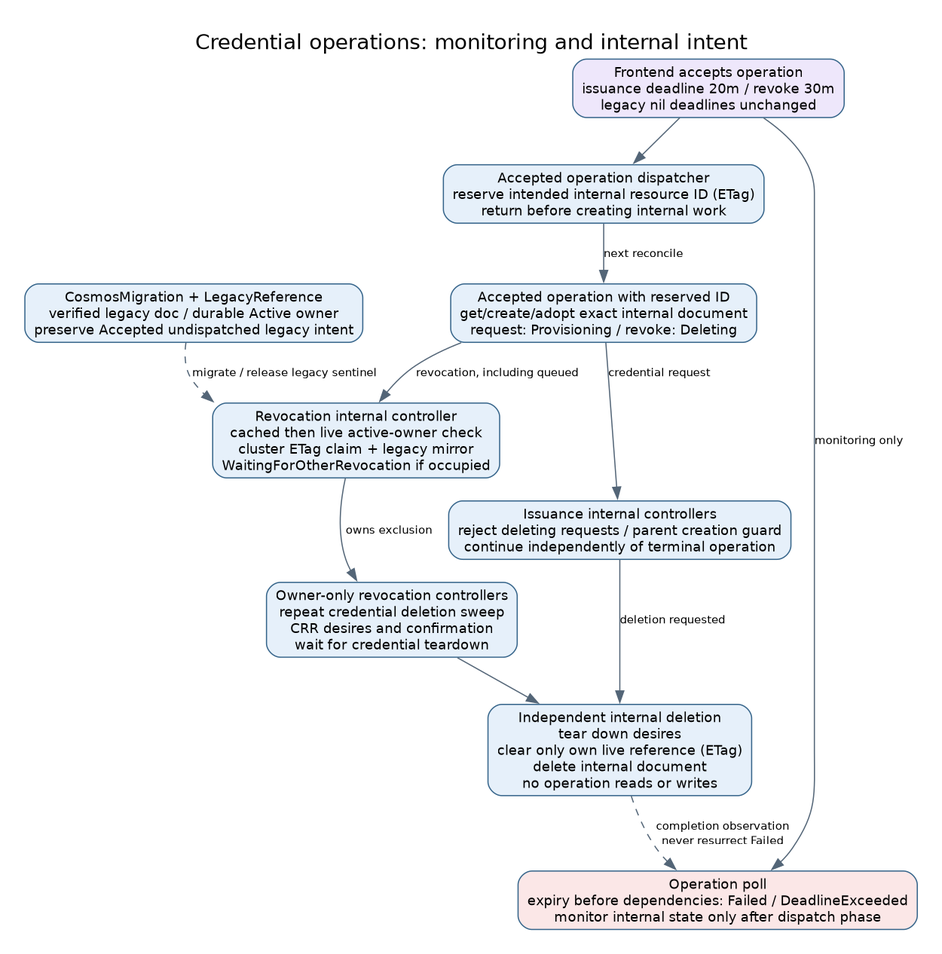
Before: docs/diagrams/controller-flows/credential-operations.png, a diagram exported from Graphviz (Azure/ARO-HCP). Its source is kept beside it as docs/diagrams/controller-flows/credential-operations.dot.
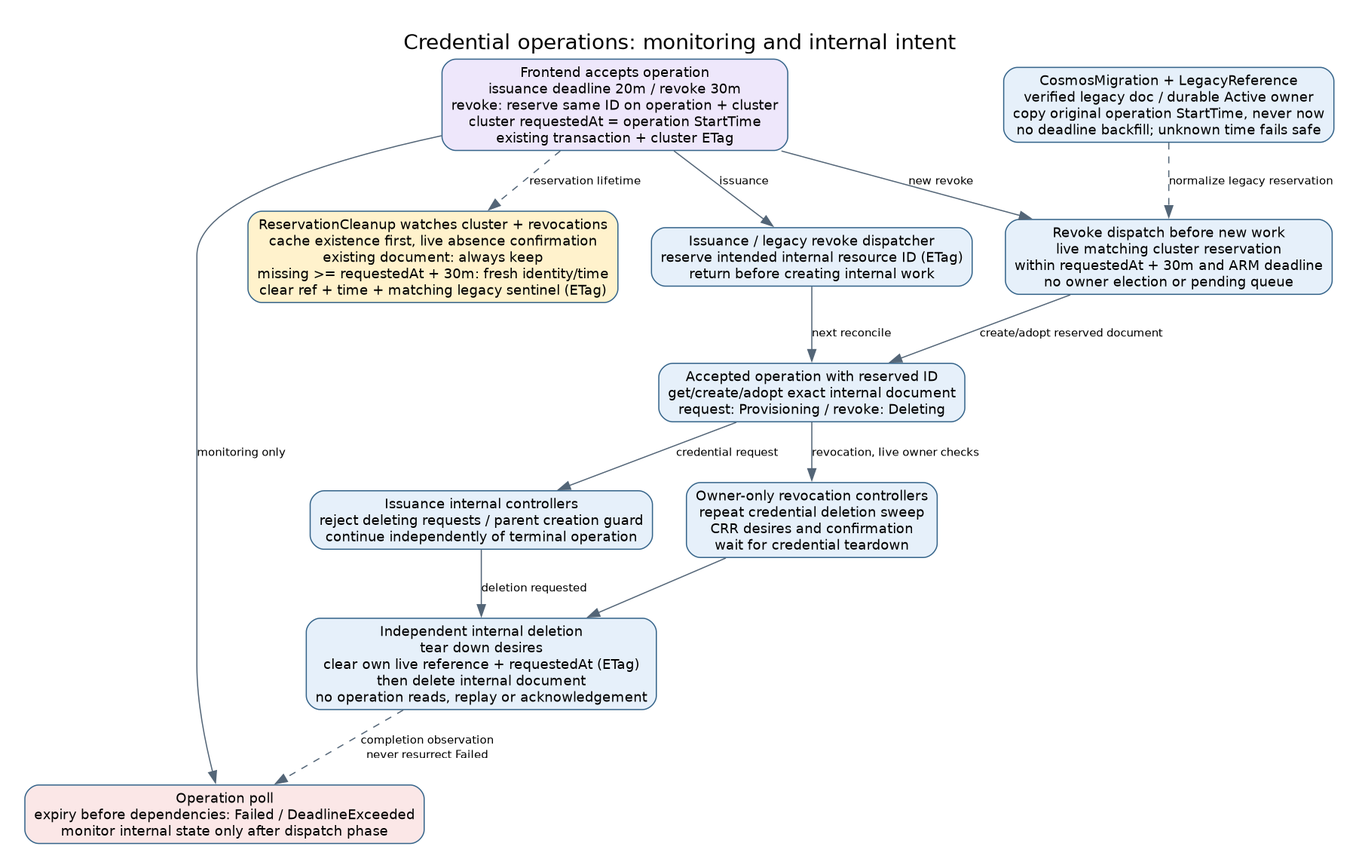
After the commit.

Diff of the diagram source:
```diff
@@ -2,23 +2,26 @@
   graph [rankdir=TB, bgcolor="white", pad="0.3", nodesep="0.4", ranksep="0.55", fontname="DejaVu Sans", fontsize=18, labelloc=t, label="Credential operations: monitoring and internal intent", dpi=110];
   node [shape=box, style="rounded,filled", fillcolor="#e6f0fa", color="#35648a", fontname="DejaVu Sans", fontsize=12];
   edge [color="#536577", fontname="DejaVu Sans", fontsize=10];
-  frontend [label="Frontend accepts operation\nissuance deadline 20m / revoke 30m\nlegacy nil deadlines unchanged", fillcolor="#eee7fb"];
-  reserve [label="Accepted operation dispatcher\nreserve intended internal resource ID (ETag)\nreturn before creating internal work"];
+  frontend [label="Frontend accepts operation\nissuance deadline 20m / revoke 30m\nrevoke: reserve same ID on operation + cluster\ncluster requestedAt = operation StartTime\nexisting transaction + cluster ETag", fillcolor="#eee7fb"];
+  reserve [label="Issuance / legacy revoke dispatcher\nreserve intended internal resource ID (ETag)\nreturn before creating internal work"];
   dispatch [label="Accepted operation with reserved ID\nget/create/adopt exact internal document\nrequest: Provisioning / revoke: Deleting"];
   monitor [label="Operation poll\nexpiry before dependencies: Failed / DeadlineExceeded\nmonitor internal state only after dispatch phase", fillcolor="#fbe7e7"];
-  claim [label="Revocation internal controller\ncached then live active-owner check\ncluster ETag claim + legacy mirror\nWaitingForOtherRevocation if occupied"];
+  claim [label="Revoke dispatch before new work\nlive matching cluster reservation\nwithin requestedAt + 30m and ARM deadline\nno owner election or pending queue"];
   issuance [label="Issuance internal controllers\nreject deleting requests / parent creation guard\ncontinue independently of terminal operation"];
   revoke [label="Owner-only revocation controllers\nrepeat credential deletion sweep\nCRR desires and confirmation\nwait for credential teardown"];
-  deletion [label="Independent internal deletion\ntear down desires\nclear only own live reference (ETag)\ndelete internal document\nno operation reads or writes"];
-  repair [label="CosmosMigration + LegacyReference\nverified legacy doc / durable Active owner\npreserve Accepted undispatched legacy intent"];
-  frontend -> reserve;
+  deletion [label="Independent internal deletion\ntear down desires\nclear own live reference + requestedAt (ETag)\nthen delete internal document\nno operation reads, replay or acknowledgement"];
+  repair [label="CosmosMigration + LegacyReference\nverified legacy doc / durable Active owner\ncopy original operation StartTime, never now\nno deadline backfill; unknown time fails safe"];
+  cleanup [label="ReservationCleanup watches cluster + revocations\ncache existence first, live absence confirmation\nexisting document: always keep\nmissing >= requestedAt + 30m: fresh identity/time\nclear ref + time + matching legacy sentinel (ETag)", fillcolor="#fff2cc"];
+  frontend -> reserve [label="issuance"];
+  frontend -> claim [label="new revoke"];
   reserve -> dispatch [label="next reconcile"];
   frontend -> monitor [label="monitoring only"];
-  dispatch -> claim [label="revocation, including queued"];
+  claim -> dispatch [label="create/adopt reserved document"];
   dispatch -> issuance [label="credential request"];
-  claim -> revoke [label="owns exclusion"];
+  dispatch -> revoke [label="revocation, live owner checks"];
   revoke -> deletion;
   issuance -> deletion [label="deletion requested"];
   deletion -> monitor [label="completion observation\nnever resurrect Failed", style=dashed];
-  repair -> claim [label="migrate / release legacy sentinel", style=dashed];
+  repair -> claim [label="normalize legacy reservation", style=dashed];
+  frontend -> cleanup [label="reservation lifetime", style=dashed];
 }
```
